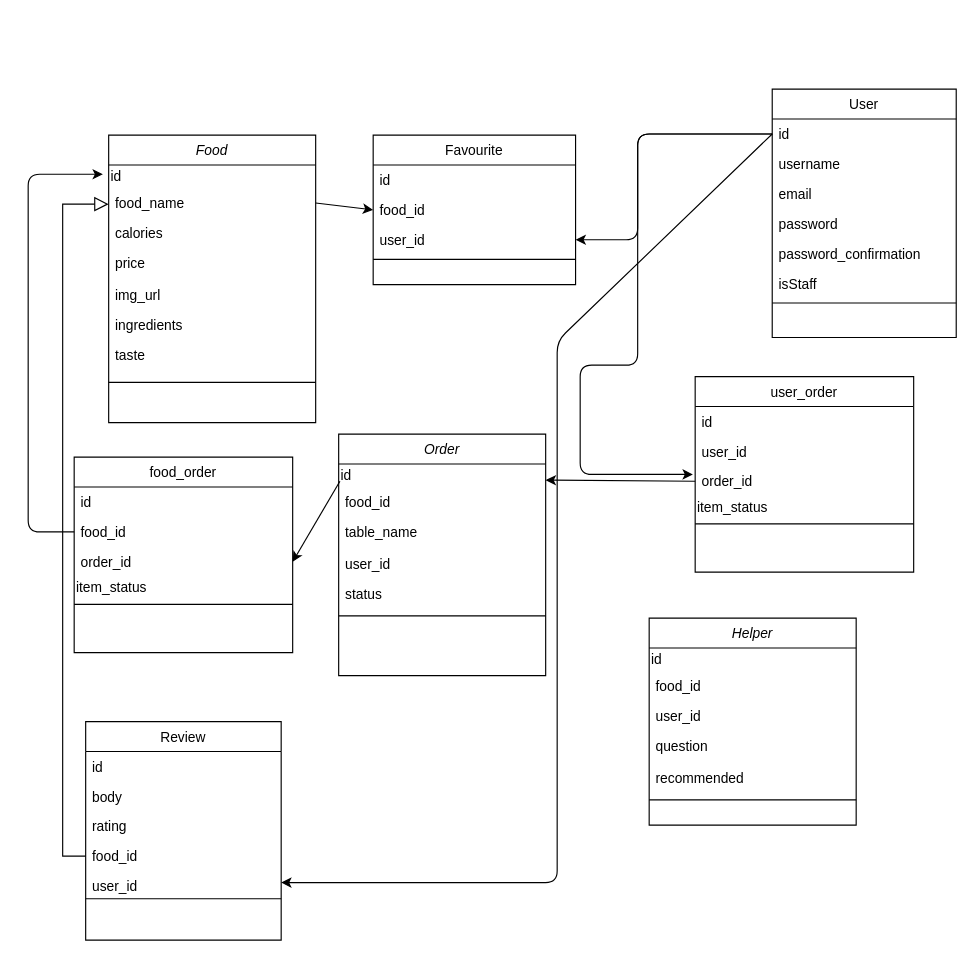
Earlier version of the draw.io diagram Untitled Diagram.drawio (KenChukanit/PM_Tool). Source tidied: cells renumbered, new cells numbered last; positions are measured from the earlier drawing's top-left corner, leaving out a move shared by most shapes. Both pictures are drawn from the tidied source at 115%, with x=0, y=0 at pixel (28, 89).
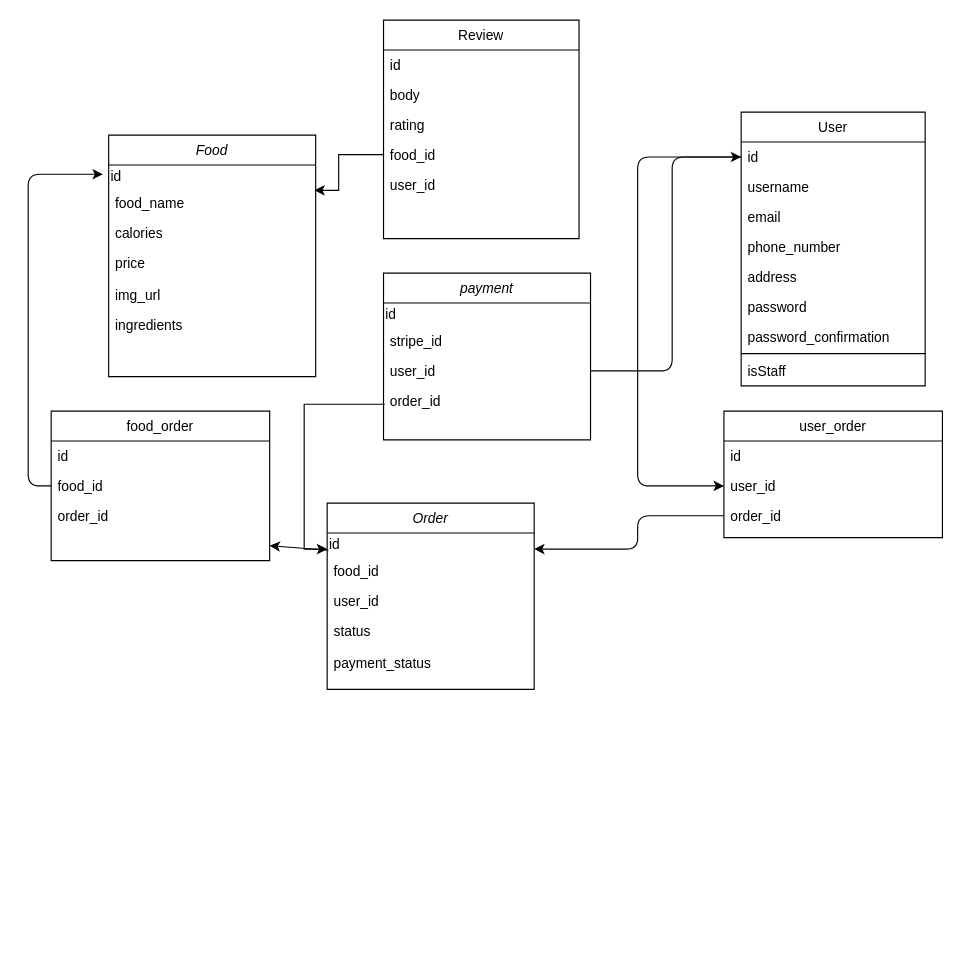
After the change.

Unchanged cells that the change refers to:
```xml
<mxCell id="3" value="id" style="text;html=1;align=left;verticalAlign=middle;points=[];" parent="2" vertex="1">
  <mxGeometry y="26" width="180" height="20" as="geometry" />
</mxCell>
<mxCell id="4" value="food_name" style="text;align=left;verticalAlign=top;spacingLeft=4;spacingRight=4;overflow=hidden;points=[[0,0.5],[1,0.5]];portConstraint=eastwest;" parent="2" vertex="1">
  <mxGeometry y="46" width="180" height="26" as="geometry" />
</mxCell>
<mxCell id="15" value="food_id" style="text;align=left;verticalAlign=top;spacingLeft=4;spacingRight=4;overflow=hidden;points=[[0,0.5],[1,0.5]];portConstraint=eastwest;" parent="11" vertex="1">
  <mxGeometry y="104" width="170" height="26" as="geometry" />
</mxCell>
<mxCell id="16" value="user_id" style="text;align=left;verticalAlign=top;spacingLeft=4;spacingRight=4;overflow=hidden;points=[[0,0.5],[1,0.5]];portConstraint=eastwest;" parent="11" vertex="1">
  <mxGeometry y="130" width="170" height="20" as="geometry" />
</mxCell>
<mxCell id="25" value="id" style="text;align=left;verticalAlign=top;spacingLeft=4;spacingRight=4;overflow=hidden;points=[[0,0.5],[1,0.5]];portConstraint=eastwest;" parent="24" vertex="1">
  <mxGeometry y="26" width="160" height="26" as="geometry" />
</mxCell>
<mxCell id="36" value="id" style="text;html=1;align=left;verticalAlign=middle;points=[];" parent="35" vertex="1">
  <mxGeometry y="26" width="180" height="20" as="geometry" />
</mxCell>
<mxCell id="37" value="food_id" style="text;align=left;verticalAlign=top;spacingLeft=4;spacingRight=4;overflow=hidden;points=[[0,0.5],[1,0.5]];portConstraint=eastwest;" parent="35" vertex="1">
  <mxGeometry y="46" width="180" height="26" as="geometry" />
</mxCell>
<mxCell id="45" value="user_id" style="text;align=left;verticalAlign=top;spacingLeft=4;spacingRight=4;overflow=hidden;points=[[0,0.5],[1,0.5]];portConstraint=eastwest;rounded=0;shadow=0;html=0;" parent="42" vertex="1">
  <mxGeometry y="72" width="180" height="26" as="geometry" />
</mxCell>
<mxCell id="51" value="food_id" style="text;align=left;verticalAlign=top;spacingLeft=4;spacingRight=4;overflow=hidden;points=[[0,0.5],[1,0.5]];portConstraint=eastwest;" parent="49" vertex="1">
  <mxGeometry y="52" width="190" height="26" as="geometry" />
</mxCell>
<mxCell id="52" value="order_id" style="text;align=left;verticalAlign=top;spacingLeft=4;spacingRight=4;overflow=hidden;points=[[0,0.5],[1,0.5]];portConstraint=eastwest;" parent="49" vertex="1">
  <mxGeometry y="78" width="190" height="26" as="geometry" />
</mxCell>
<mxCell id="59" value="user_id" style="text;align=left;verticalAlign=top;spacingLeft=4;spacingRight=4;overflow=hidden;points=[[0,0.5],[1,0.5]];portConstraint=eastwest;" parent="57" vertex="1">
  <mxGeometry y="52" width="190" height="26" as="geometry" />
</mxCell>
<mxCell id="60" value="order_id" style="text;align=left;verticalAlign=top;spacingLeft=4;spacingRight=4;overflow=hidden;points=[[0,0.5],[1,0.5]];portConstraint=eastwest;" parent="57" vertex="1">
  <mxGeometry y="78" width="190" height="26" as="geometry" />
</mxCell>
```

Change to the diagram source:
```diff
@@
     <mxCell id="2" value="Food" style="swimlane;fontStyle=2;align=center;verticalAlign=top;horizontal=1;startSize=26;rounded=0;shadow=0;strokeWidth=1;" parent="1" vertex="1">
-      <mxGeometry x="70" y="40" width="180" height="250" as="geometry" />
+      <mxGeometry x="70" y="40" width="180" height="210" as="geometry" />
     </mxCell>
@@
-    <mxCell id="9" value="taste" style="text;align=left;verticalAlign=top;spacingLeft=4;spacingRight=4;overflow=hidden;rounded=0;shadow=0;html=0;" parent="2" vertex="1">
-      <mxGeometry y="178" width="180" height="26" as="geometry" />
-    </mxCell>
-    <mxCell id="10" style="line;html=1;strokeWidth=1;align=left;verticalAlign=middle;spacingTop=-1;spacingLeft=3;spacingRight=3;labelPosition=right;" parent="2" vertex="1">
-      <mxGeometry y="204" width="180" height="22" as="geometry" />
-    </mxCell>
     <mxCell id="11" value="Review" style="swimlane;fontStyle=0;align=center;verticalAlign=top;horizontal=1;startSize=26;rounded=0;shadow=0;strokeWidth=1;" parent="1" vertex="1">
-      <mxGeometry x="50" y="550" width="170" height="190" as="geometry" />
+      <mxGeometry x="309" y="-60" width="170" height="190" as="geometry" />
     </mxCell>
@@
-    <mxCell id="17" style="line;html=1;strokeWidth=1;align=left;verticalAlign=middle;spacingTop=-1;spacingLeft=3;spacingRight=3;labelPosition=right;" parent="11" vertex="1">
-      <mxGeometry y="150" width="170" height="8" as="geometry" />
-    </mxCell>
-    <mxCell id="18" value="Favourite" style="swimlane;fontStyle=0;align=center;verticalAlign=top;horizontal=1;startSize=26;rounded=0;shadow=0;strokeWidth=1;" parent="1" vertex="1">
-      <mxGeometry x="300" y="40" width="176" height="130" as="geometry" />
-    </mxCell>
-    <mxCell id="19" value="id" style="text;align=left;verticalAlign=top;spacingLeft=4;spacingRight=4;overflow=hidden;" parent="18" vertex="1">
-      <mxGeometry y="26" width="176" height="26" as="geometry" />
-    </mxCell>
-    <mxCell id="20" value="food_id" style="text;align=left;verticalAlign=top;spacingLeft=4;spacingRight=4;overflow=hidden;points=[[0,0.5],[1,0.5]];portConstraint=eastwest;" parent="18" vertex="1">
-      <mxGeometry y="52" width="176" height="26" as="geometry" />
-    </mxCell>
-    <mxCell id="21" value="user_id" style="text;align=left;verticalAlign=top;spacingLeft=4;spacingRight=4;overflow=hidden;points=[[0,0.5],[1,0.5]];portConstraint=eastwest;" parent="18" vertex="1">
-      <mxGeometry y="78" width="176" height="26" as="geometry" />
-    </mxCell>
-    <mxCell id="22" style="line;html=1;strokeWidth=1;align=left;verticalAlign=middle;spacingTop=-1;spacingLeft=3;spacingRight=3;labelPosition=right;" parent="18" vertex="1">
-      <mxGeometry y="104" width="176" height="8" as="geometry" />
-    </mxCell>
-    <mxCell id="23" style="endArrow=block;endSize=10;endFill=0;shadow=0;strokeWidth=1;rounded=0;edgeStyle=elbowEdgeStyle;elbow=vertical;exitX=0;exitY=0.5;exitDx=0;exitDy=0;" parent="1" edge="1" source="15" target="2">
-      <mxGeometry relative="1" as="geometry">
-        <Array as="points">
-          <mxPoint x="30" y="100" />
-        </Array>
-      </mxGeometry>
-    </mxCell>
     <mxCell id="24" value="User" style="swimlane;fontStyle=0;align=center;verticalAlign=top;horizontal=1;startSize=26;rounded=0;shadow=0;strokeWidth=1;" parent="1" vertex="1">
-      <mxGeometry x="647" width="160" height="216" as="geometry" />
+      <mxGeometry x="620" y="20" width="160" height="238" as="geometry" />
     </mxCell>
@@
+    <mxCell id="65" value="phone_number" style="text;align=left;verticalAlign=top;spacingLeft=4;spacingRight=4;overflow=hidden;rounded=0;shadow=0;html=0;" parent="24" vertex="1">
+      <mxGeometry y="104" width="160" height="26" as="geometry" />
+    </mxCell>
+    <mxCell id="66" value="address" style="text;align=left;verticalAlign=top;spacingLeft=4;spacingRight=4;overflow=hidden;rounded=0;shadow=0;html=0;" parent="24" vertex="1">
+      <mxGeometry y="130" width="160" height="26" as="geometry" />
+    </mxCell>
     <mxCell id="28" value="password" style="text;align=left;verticalAlign=top;spacingLeft=4;spacingRight=4;overflow=hidden;rounded=0;shadow=0;html=0;" parent="24" vertex="1">
-      <mxGeometry y="104" width="160" height="26" as="geometry" />
+      <mxGeometry y="156" width="160" height="26" as="geometry" />
     </mxCell>
     <mxCell id="29" value="password_confirmation" style="text;align=left;verticalAlign=top;spacingLeft=4;spacingRight=4;overflow=hidden;rounded=0;shadow=0;html=0;" parent="24" vertex="1">
-      <mxGeometry y="130" width="160" height="26" as="geometry" />
+      <mxGeometry y="182" width="160" height="26" as="geometry" />
     </mxCell>
+    <mxCell id="41" style="line;html=1;strokeWidth=1;align=left;verticalAlign=middle;spacingTop=-1;spacingLeft=3;spacingRight=3;labelPosition=right;" parent="24" vertex="1">
+      <mxGeometry y="208" width="160" height="4" as="geometry" />
+    </mxCell>
     <mxCell id="30" value="isStaff" style="text;align=left;verticalAlign=top;spacingLeft=4;spacingRight=4;overflow=hidden;" parent="24" vertex="1">
-      <mxGeometry y="156" width="160" height="26" as="geometry" />
+      <mxGeometry y="212" width="160" height="26" as="geometry" />
     </mxCell>
-    <mxCell id="31" style="line;html=1;strokeWidth=1;align=left;verticalAlign=middle;spacingTop=-1;spacingLeft=3;spacingRight=3;labelPosition=right;" parent="24" vertex="1">
-      <mxGeometry y="182" width="160" height="8" as="geometry" />
-    </mxCell>
-    <mxCell id="32" style="endArrow=classic;html=1;exitX=0;exitY=0.5;exitDx=0;exitDy=0;entryX=1;entryY=0.5;entryDx=0;entryDy=0;" parent="1" edge="1" source="25" target="16">
-      <mxGeometry relative="1" as="geometry">
-        <Array as="points">
-          <mxPoint x="460" y="219" />
-          <mxPoint x="460" y="690" />
-        </Array>
-      </mxGeometry>
-    </mxCell>
-    <mxCell id="33" style="endArrow=classic;html=1;exitX=0;exitY=0.5;exitDx=0;exitDy=0;entryX=1;entryY=0.5;entryDx=0;entryDy=0;" parent="1" edge="1" source="25" target="21">
-      <mxGeometry relative="1" as="geometry">
-        <Array as="points">
-          <mxPoint x="530" y="39" />
-          <mxPoint x="530" y="131" />
-        </Array>
-      </mxGeometry>
-    </mxCell>
-    <mxCell id="34" style="endArrow=classic;html=1;exitX=1;exitY=0.5;exitDx=0;exitDy=0;entryX=0;entryY=0.5;entryDx=0;entryDy=0;" parent="1" edge="1" source="4" target="20">
-      <mxGeometry relative="1" as="geometry" />
-    </mxCell>
     <mxCell id="35" value="Order" style="swimlane;fontStyle=2;align=center;verticalAlign=top;horizontal=1;startSize=26;rounded=0;shadow=0;strokeWidth=1;" parent="1" vertex="1">
-      <mxGeometry x="270" y="300" width="180" height="210" as="geometry" />
+      <mxGeometry x="260" y="360" width="180" height="162" as="geometry" />
     </mxCell>
@@
-    <mxCell id="38" value="table_name" style="text;align=left;verticalAlign=top;spacingLeft=4;spacingRight=4;overflow=hidden;" parent="35" vertex="1">
-      <mxGeometry y="72" width="180" height="28" as="geometry" />
-    </mxCell>
     <mxCell id="39" value="user_id" style="text;align=left;verticalAlign=top;spacingLeft=4;spacingRight=4;overflow=hidden;rounded=0;shadow=0;html=0;" parent="35" vertex="1">
-      <mxGeometry y="100" width="180" height="26" as="geometry" />
+      <mxGeometry y="72" width="180" height="26" as="geometry" />
     </mxCell>
     <mxCell id="40" value="status" style="text;align=left;verticalAlign=top;spacingLeft=4;spacingRight=4;overflow=hidden;" parent="35" vertex="1">
-      <mxGeometry y="126" width="180" height="28" as="geometry" />
+      <mxGeometry y="98" width="180" height="28" as="geometry" />
     </mxCell>
-    <mxCell id="41" style="line;html=1;strokeWidth=1;align=left;verticalAlign=middle;spacingTop=-1;spacingLeft=3;spacingRight=3;labelPosition=right;" parent="35" vertex="1">
-      <mxGeometry y="154" width="180" height="8" as="geometry" />
-    </mxCell>
+    <mxCell id="67" value="payment_status" style="text;align=left;verticalAlign=top;spacingLeft=4;spacingRight=4;overflow=hidden;" parent="35" vertex="1">
+      <mxGeometry y="126" width="180" height="28" as="geometry" />
+    </mxCell>
-    <mxCell id="42" value="Helper" style="swimlane;fontStyle=2;align=center;verticalAlign=top;horizontal=1;startSize=26;rounded=0;shadow=0;strokeWidth=1;" parent="1" vertex="1">
-      <mxGeometry x="540" y="460" width="180" height="180" as="geometry" />
+    <mxCell id="42" value="payment" style="swimlane;fontStyle=2;align=center;verticalAlign=top;horizontal=1;startSize=26;rounded=0;shadow=0;strokeWidth=1;" parent="1" vertex="1">
+      <mxGeometry x="309" y="160" width="180" height="145" as="geometry" />
     </mxCell>
@@
-    <mxCell id="44" value="food_id" style="text;align=left;verticalAlign=top;spacingLeft=4;spacingRight=4;overflow=hidden;" parent="42" vertex="1">
+    <mxCell id="44" value="stripe_id" style="text;align=left;verticalAlign=top;spacingLeft=4;spacingRight=4;overflow=hidden;" parent="42" vertex="1">
       <mxGeometry y="46" width="180" height="26" as="geometry" />
     </mxCell>
@@
-    <mxCell id="46" value="question" style="text;align=left;verticalAlign=top;spacingLeft=4;spacingRight=4;overflow=hidden;" parent="42" vertex="1">
+    <mxCell id="46" value="order_id" style="text;align=left;verticalAlign=top;spacingLeft=4;spacingRight=4;overflow=hidden;" parent="42" vertex="1">
       <mxGeometry y="98" width="180" height="28" as="geometry" />
     </mxCell>
-    <mxCell id="47" value="recommended" style="text;align=left;verticalAlign=top;spacingLeft=4;spacingRight=4;overflow=hidden;" parent="42" vertex="1">
-      <mxGeometry y="126" width="180" height="28" as="geometry" />
-    </mxCell>
-    <mxCell id="48" style="line;html=1;strokeWidth=1;align=left;verticalAlign=middle;spacingTop=-1;spacingLeft=3;spacingRight=3;labelPosition=right;" parent="42" vertex="1">
-      <mxGeometry y="154" width="180" height="8" as="geometry" />
-    </mxCell>
     <mxCell id="49" value="food_order" style="swimlane;fontStyle=0;align=center;verticalAlign=top;horizontal=1;startSize=26;rounded=0;shadow=0;strokeWidth=1;" parent="1" vertex="1">
-      <mxGeometry x="40" y="320" width="190" height="170" as="geometry" />
+      <mxGeometry x="20" y="280" width="190" height="130" as="geometry" />
     </mxCell>
@@
-    <mxCell id="53" value="item_status" style="text;html=1;align=left;verticalAlign=middle;" parent="49" vertex="1">
-      <mxGeometry y="104" width="190" height="20" as="geometry" />
-    </mxCell>
-    <mxCell id="54" style="line;html=1;strokeWidth=1;align=left;verticalAlign=middle;spacingTop=-1;spacingLeft=3;spacingRight=3;labelPosition=right;" parent="49" vertex="1">
-      <mxGeometry y="124" width="190" height="8" as="geometry" />
-    </mxCell>
     <mxCell id="55" style="endArrow=classic;html=1;exitX=0;exitY=0.5;exitDx=0;exitDy=0;entryX=-0.028;entryY=0.4;entryDx=0;entryDy=0;entryPerimeter=0;" parent="1" edge="1" source="51" target="3">
       <mxGeometry relative="1" as="geometry">
         <Array as="points">
-          <mxPoint y="385" />
+          <mxPoint y="345" />
           <mxPoint y="74" />
         </Array>
       </mxGeometry>
     </mxCell>
-    <mxCell id="56" style="endArrow=classic;html=1;entryX=1;entryY=0.5;entryDx=0;entryDy=0;exitX=0.006;exitY=-0.192;exitDx=0;exitDy=0;exitPerimeter=0;" parent="1" edge="1" source="37" target="52">
-      <mxGeometry relative="1" as="geometry" />
+    <mxCell id="56" style="endArrow=classic;html=1;entryX=1;entryY=0.5;entryDx=0;entryDy=0;exitX=0.006;exitY=-0.192;exitDx=0;exitDy=0;exitPerimeter=0;" parent="1" edge="1" source="37">
+      <mxGeometry relative="1" as="geometry">
+        <mxPoint x="210" y="397" as="targetPoint" />
+      </mxGeometry>
     </mxCell>
     <mxCell id="57" value="user_order" style="swimlane;fontStyle=0;align=center;verticalAlign=top;horizontal=1;startSize=26;rounded=0;shadow=0;strokeWidth=1;" parent="1" vertex="1">
-      <mxGeometry x="580" y="250" width="190" height="170" as="geometry" />
+      <mxGeometry x="605" y="280" width="190" height="110" as="geometry" />
     </mxCell>
@@
-    <mxCell id="61" value="item_status" style="text;html=1;align=left;verticalAlign=middle;" parent="57" vertex="1">
-      <mxGeometry y="104" width="190" height="20" as="geometry" />
-    </mxCell>
-    <mxCell id="62" style="line;html=1;strokeWidth=1;align=left;verticalAlign=middle;spacingTop=-1;spacingLeft=3;spacingRight=3;labelPosition=right;" parent="57" vertex="1">
-      <mxGeometry y="124" width="190" height="8" as="geometry" />
-    </mxCell>
-    <mxCell id="63" style="endArrow=classic;html=1;exitX=0;exitY=0.5;exitDx=0;exitDy=0;" parent="1" edge="1" source="60" target="36">
+    <mxCell id="63" style="endArrow=classic;html=1;exitX=0;exitY=0.5;exitDx=0;exitDy=0;entryX=1;entryY=-0.231;entryDx=0;entryDy=0;entryPerimeter=0;" parent="1" edge="1" source="60" target="37">
       <mxGeometry relative="1" as="geometry">
         <Array as="points">
-          <mxPoint x="450" y="340" />
+          <mxPoint x="530" y="371" />
+          <mxPoint x="530" y="400" />
         </Array>
       </mxGeometry>
     </mxCell>
-    <mxCell id="64" style="endArrow=classic;html=1;exitX=0;exitY=0.5;exitDx=0;exitDy=0;" parent="1" edge="1" source="25">
+    <mxCell id="64" style="endArrow=classic;html=1;exitX=0;exitY=0.5;exitDx=0;exitDy=0;entryX=0;entryY=0.5;entryDx=0;entryDy=0;" parent="1" edge="1" source="25" target="59">
       <mxGeometry relative="1" as="geometry">
-        <mxPoint x="578" y="335" as="targetPoint" />
         <Array as="points">
-          <mxPoint x="530" y="39" />
+          <mxPoint x="530" y="59" />
           <mxPoint x="530" y="240" />
-          <mxPoint x="480" y="240" />
-          <mxPoint x="480" y="335" />
+          <mxPoint x="530" y="250" />
+          <mxPoint x="530" y="345" />
         </Array>
       </mxGeometry>
     </mxCell>
+    <mxCell id="68" style="edgeStyle=orthogonalEdgeStyle;rounded=0;jettySize=auto;html=1;entryX=0.994;entryY=0.077;entryDx=0;entryDy=0;entryPerimeter=0;exitX=0;exitY=0.5;exitDx=0;exitDy=0;" parent="1" edge="1" source="15" target="4">
+      <mxGeometry relative="1" as="geometry">
+        <Array as="points">
+          <mxPoint x="270" y="57" />
+          <mxPoint x="270" y="88" />
+        </Array>
+      </mxGeometry>
+    </mxCell>
+    <mxCell id="69" style="edgeStyle=orthogonalEdgeStyle;rounded=0;orthogonalLoop=1;jettySize=auto;html=1;exitX=0;exitY=0.5;exitDx=0;exitDy=0;" parent="1" edge="1">
+      <mxGeometry relative="1" as="geometry">
+        <mxPoint x="310.1" y="274" as="sourcePoint" />
+        <mxPoint x="260" y="400" as="targetPoint" />
+        <Array as="points">
+          <mxPoint x="240" y="274" />
+          <mxPoint x="240" y="400" />
+        </Array>
+      </mxGeometry>
+    </mxCell>
+    <mxCell id="70" style="endArrow=classic;html=1;entryX=0;entryY=0.5;entryDx=0;entryDy=0;exitX=1;exitY=0.5;exitDx=0;exitDy=0;" parent="1" edge="1" source="45" target="25">
+      <mxGeometry relative="1" as="geometry">
+        <Array as="points">
+          <mxPoint x="560" y="245" />
+          <mxPoint x="560" y="59" />
+        </Array>
+      </mxGeometry>
+    </mxCell>
```
